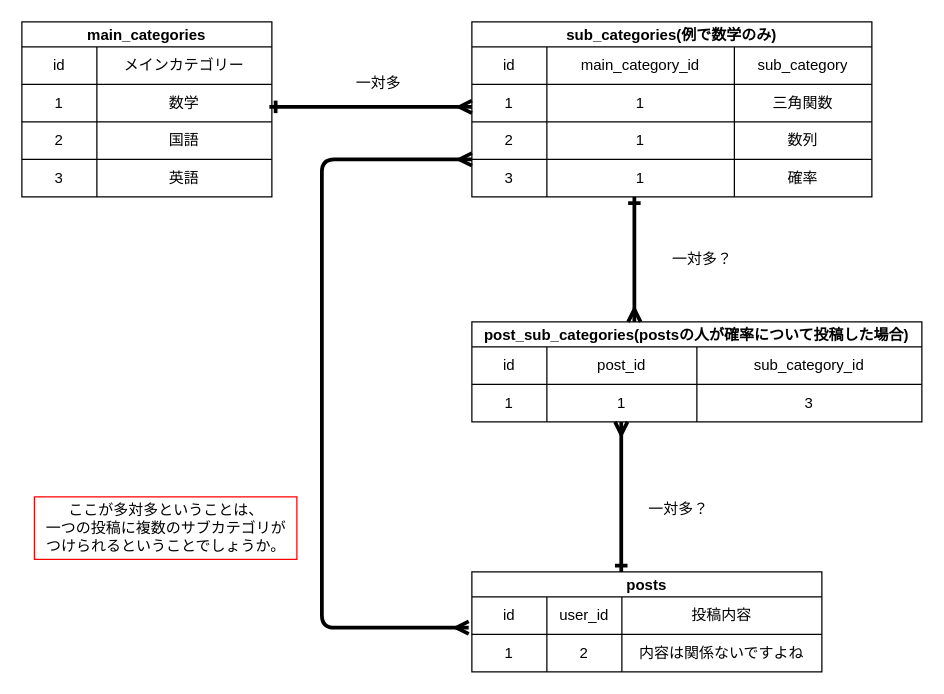
The draw.io diagram compass.dio in I-Kouta/compass, before the edit. Source tidied: cells renumbered, new cells numbered last; positions are measured from the earlier drawing's top-left corner, leaving out a move shared by most shapes. Both pictures are drawn from the tidied source at 125%, with x=0, y=0 at pixel (21, 21).
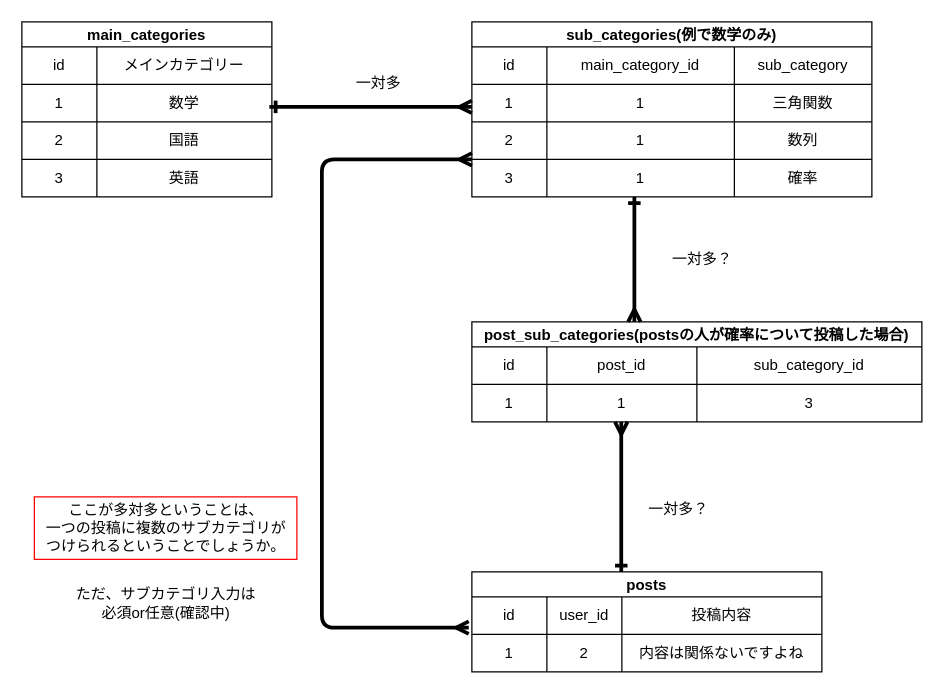
After the change.

Commit message:
内容追加です

Change to the diagram source:
```diff
@@
+    <mxCell id="58" value="ただ、サブカテゴリ入力は&lt;br&gt;必須or任意(確認中)" style="text;html=1;align=center;verticalAlign=middle;strokeColor=#FFFFFF;fillColor=none;shadow=0;" parent="1" vertex="1">
+      <mxGeometry x="35" y="450" width="160" height="30" as="geometry" />
+    </mxCell>
```
